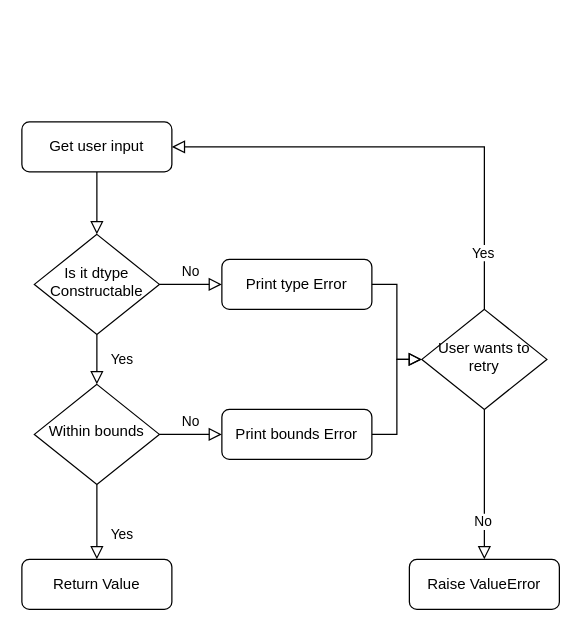
Before: ewr_so_se_2024/read_number.drawio in michaelvanstraten/ewr-so-se-2024, a draw.io diagram. Source tidied: cells renumbered, new cells numbered last; positions are measured from the earlier drawing's top-left corner, leaving out a move shared by most shapes. Both pictures are drawn from the tidied source at 125%, with x=0, y=0 at pixel (21, 121).
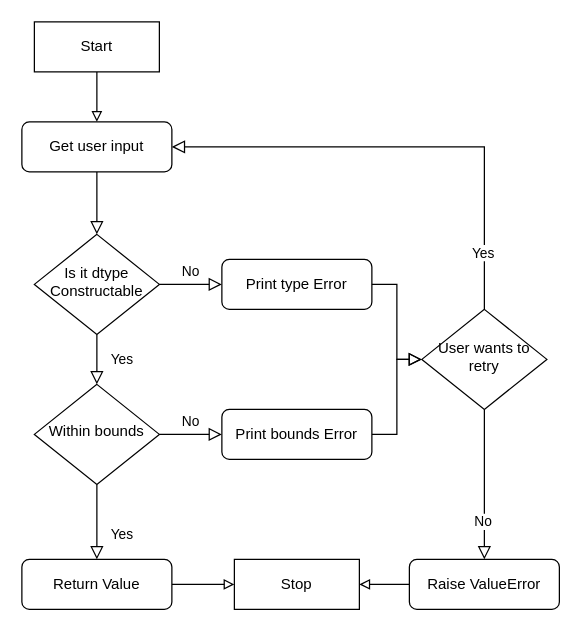
The same page after the edit.

Commit message:
Add start and stop label to flow chart

Unchanged cells that the change refers to:
```xml
<mxCell id="3" value="Get user input" style="rounded=1;whiteSpace=wrap;html=1;fontSize=12;glass=0;strokeWidth=1;shadow=0;" parent="1" vertex="1">
  <mxGeometry width="120" height="40" as="geometry" />
</mxCell>
<mxCell id="11" value="Return Value" style="rounded=1;whiteSpace=wrap;html=1;fontSize=12;glass=0;strokeWidth=1;shadow=0;" parent="1" vertex="1">
  <mxGeometry y="350" width="120" height="40" as="geometry" />
</mxCell>
<mxCell id="20" value="Raise ValueError" style="rounded=1;whiteSpace=wrap;html=1;fontSize=12;glass=0;strokeWidth=1;shadow=0;" parent="1" vertex="1">
  <mxGeometry x="310" y="350" width="120" height="40" as="geometry" />
</mxCell>
```

What changed in the source:
```diff
@@
+    <mxCell id="21" style="edgeStyle=orthogonalEdgeStyle;rounded=0;jettySize=auto;html=1;entryX=0;entryY=0.5;entryDx=0;entryDy=0;endArrow=block;endFill=0;" parent="1" edge="1" source="11" target="25">
+      <mxGeometry relative="1" as="geometry" />
+    </mxCell>
@@
+    <mxCell id="22" style="edgeStyle=orthogonalEdgeStyle;rounded=0;jettySize=auto;html=1;entryX=1;entryY=0.5;entryDx=0;entryDy=0;endArrow=block;endFill=0;" parent="1" edge="1" source="20" target="25">
+      <mxGeometry relative="1" as="geometry" />
+    </mxCell>
@@
+    <mxCell id="23" style="edgeStyle=orthogonalEdgeStyle;rounded=0;jettySize=auto;html=1;entryX=0.5;entryY=0;entryDx=0;entryDy=0;endArrow=block;endFill=0;" parent="1" edge="1" source="24" target="3">
+      <mxGeometry relative="1" as="geometry" />
+    </mxCell>
+    <mxCell id="24" value="Start" style="rounded=0;whiteSpace=wrap;html=1;" parent="1" vertex="1">
+      <mxGeometry x="10" y="-80" width="100" height="40" as="geometry" />
+    </mxCell>
+    <mxCell id="25" value="Stop" style="rounded=0;whiteSpace=wrap;html=1;" parent="1" vertex="1">
+      <mxGeometry x="170" y="350" width="100" height="40" as="geometry" />
+    </mxCell>
```
